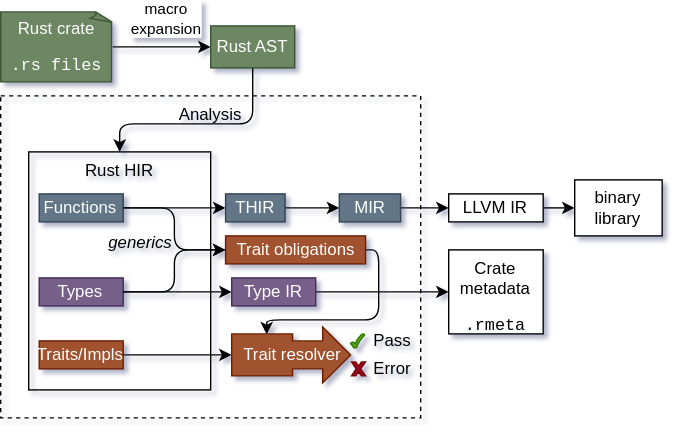
This is docs/design-docs/rustc.svg from stuuupidcat/RPL, a draw.io export, as it was before one commit. Source tidied: cells renumbered, new cells last; positions are measured from the earlier drawing's top-left corner, leaving out a move shared by most shapes.
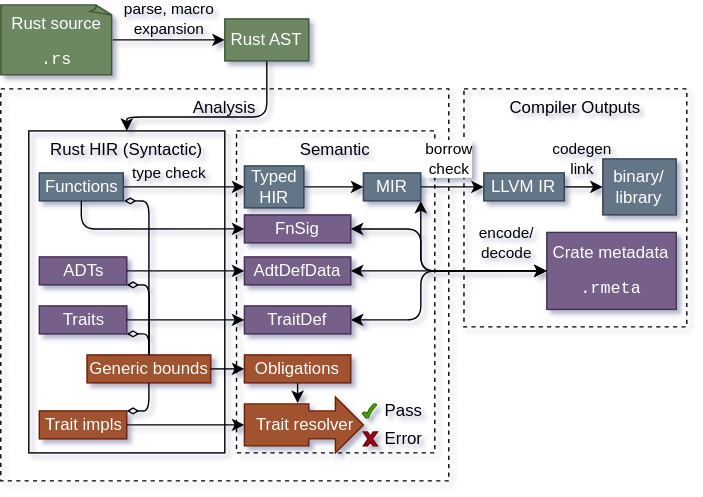
The same diagram one commit later.

Change to the diagram source:
```diff
@@ -2,117 +2,154 @@
   <root>
     <mxCell id="0" />
     <mxCell id="1" parent="0" />
+    <mxCell id="37" value="Compiler Outputs" style="whiteSpace=wrap;html=1;verticalAlign=top;fillColor=none;dashed=1;" parent="1" vertex="1">
+      <mxGeometry x="330.8" y="50" width="159.2" height="170" as="geometry" />
+    </mxCell>
+    <mxCell id="4" value="Analysis" style="rounded=0;whiteSpace=wrap;html=1;fillColor=none;verticalAlign=top;dashed=1;" parent="1" vertex="1">
+      <mxGeometry y="50" width="320" height="280" as="geometry" />
+    </mxCell>
-    <mxCell id="2" value="macro&lt;br&gt;expansion" style="edgeStyle=orthogonalEdgeStyle;rounded=0;jettySize=auto;html=1;" parent="1" edge="1" source="3" target="6">
-      <mxGeometry x="0.09" y="20" relative="1" as="geometry" />
+    <mxCell id="2" value="parse, macro&lt;br&gt;expansion" style="edgeStyle=orthogonalEdgeStyle;rounded=0;jettySize=auto;html=1;labelBackgroundColor=none;labelBorderColor=none;" parent="1" edge="1" source="3" target="6">
+      <mxGeometry y="15" relative="1" as="geometry" />
     </mxCell>
+    <mxCell id="38" value="Semantic" style="whiteSpace=wrap;html=1;verticalAlign=top;fillColor=none;dashed=1;" parent="1" vertex="1">
+      <mxGeometry x="168.4" y="80" width="141.6" height="230" as="geometry" />
+    </mxCell>
-    <mxCell id="3" value="&lt;p&gt;Rust crate&lt;br&gt;&lt;/p&gt;&lt;pre&gt;&lt;span style=&quot;background-color: initial;&quot;&gt;.rs files&lt;/span&gt;&lt;/pre&gt;&lt;p&gt;&lt;/p&gt;&lt;p&gt;&lt;/p&gt;" style="whiteSpace=wrap;html=1;shape=mxgraph.basic.document;fillColor=#6d8764;strokeColor=#3A5431;fontColor=#ffffff;" parent="1" vertex="1">
-      <mxGeometry width="80" height="50" as="geometry" />
+    <mxCell id="3" value="Rust source&lt;br&gt;&lt;pre&gt;&lt;span style=&quot;background-color: initial;&quot;&gt;.rs&lt;/span&gt;&lt;/pre&gt;" style="whiteSpace=wrap;html=1;shape=mxgraph.basic.document;fillColor=#6d8764;strokeColor=#3A5431;fontColor=#ffffff;verticalAlign=top;" parent="1" vertex="1">
+      <mxGeometry y="-10" width="80" height="50" as="geometry" />
     </mxCell>
-    <mxCell id="4" value="Analysis" style="rounded=0;whiteSpace=wrap;html=1;fillColor=none;verticalAlign=top;dashed=1;" parent="1" vertex="1">
-      <mxGeometry y="60" width="300" height="230" as="geometry" />
-    </mxCell>
     <mxCell id="5" style="edgeStyle=orthogonalEdgeStyle;html=1;jumpSize=1;entryX=0.5;entryY=0;entryDx=0;entryDy=0;exitX=0.5;exitY=1;exitDx=0;exitDy=0;" parent="1" edge="1" source="6" target="16">
       <mxGeometry x="-0.05" y="20" relative="1" as="geometry">
         <Array as="points">
-          <mxPoint x="180" y="80" />
-          <mxPoint x="85" y="80" />
+          <mxPoint x="190" y="70" />
+          <mxPoint x="90" y="70" />
         </Array>
         <mxPoint x="-18" y="-20" as="offset" />
       </mxGeometry>
     </mxCell>
     <mxCell id="6" value="Rust AST" style="whiteSpace=wrap;html=1;fillColor=#6d8764;fontColor=#ffffff;strokeColor=#3A5431;" parent="1" vertex="1">
-      <mxGeometry x="150" y="10" width="60" height="30" as="geometry" />
+      <mxGeometry x="160" width="60" height="30" as="geometry" />
     </mxCell>
-    <mxCell id="7" style="edgeStyle=orthogonalEdgeStyle;jumpSize=1;html=1;exitX=1;exitY=0.5;exitDx=0;exitDy=0;" parent="1" edge="1" source="17" target="9">
-      <mxGeometry x="-0.24" y="-20" relative="1" as="geometry" />
+    <mxCell id="7" value="type check" style="edgeStyle=orthogonalEdgeStyle;jumpSize=1;html=1;exitX=1;exitY=0.5;exitDx=0;exitDy=0;labelBackgroundColor=none;" parent="1" edge="1" source="17" target="9">
+      <mxGeometry x="-0.25" y="10" relative="1" as="geometry" />
     </mxCell>
     <mxCell id="8" style="edgeStyle=orthogonalEdgeStyle;jumpSize=1;html=1;" parent="1" edge="1" source="9" target="11">
       <mxGeometry relative="1" as="geometry" />
     </mxCell>
-    <mxCell id="9" value="THIR" style="whiteSpace=wrap;html=1;fillColor=#647687;fontColor=#ffffff;strokeColor=#314354;" parent="1" vertex="1">
-      <mxGeometry x="160.6" y="130" width="42.5" height="20" as="geometry" />
+    <mxCell id="9" value="Typed HIR" style="whiteSpace=wrap;html=1;fillColor=#647687;fontColor=#ffffff;strokeColor=#314354;" parent="1" vertex="1">
+      <mxGeometry x="174" y="105" width="42.5" height="30" as="geometry" />
     </mxCell>
-    <mxCell id="10" style="edgeStyle=none;html=1;" parent="1" edge="1" source="11" target="13">
-      <mxGeometry relative="1" as="geometry" />
+    <mxCell id="10" value="borrow&lt;br&gt;check" style="edgeStyle=none;html=1;labelBackgroundColor=default;" parent="1" edge="1" source="11" target="13">
+      <mxGeometry x="-0.11" y="20" relative="1" as="geometry" />
     </mxCell>
+    <mxCell id="39" style="edgeStyle=orthogonalEdgeStyle;html=1;entryX=0;entryY=0.5;entryDx=0;entryDy=0;startArrow=classic;startFill=1;endArrow=none;endFill=0;exitX=1;exitY=1;exitDx=0;exitDy=0;" parent="1" edge="1" source="11" target="14">
+      <mxGeometry relative="1" as="geometry">
+        <Array as="points">
+          <mxPoint x="300" y="180" />
+        </Array>
+      </mxGeometry>
+    </mxCell>
     <mxCell id="11" value="MIR" style="whiteSpace=wrap;html=1;fillColor=#647687;fontColor=#ffffff;strokeColor=#314354;" parent="1" vertex="1">
-      <mxGeometry x="241.9" y="130" width="43.8" height="20" as="geometry" />
+      <mxGeometry x="259" y="110" width="41" height="20" as="geometry" />
     </mxCell>
-    <mxCell id="12" style="edgeStyle=orthogonalEdgeStyle;html=1;" parent="1" edge="1" source="13" target="21">
-      <mxGeometry relative="1" as="geometry" />
+    <mxCell id="12" value="codegen&lt;br&gt;link" style="edgeStyle=orthogonalEdgeStyle;html=1;labelBackgroundColor=none;" parent="1" edge="1" source="13" target="21">
+      <mxGeometry x="-0.07" y="20" relative="1" as="geometry" />
     </mxCell>
-    <mxCell id="13" value="LLVM IR" style="whiteSpace=wrap;html=1;" parent="1" vertex="1">
-      <mxGeometry x="320" y="130" width="67.5" height="20" as="geometry" />
+    <mxCell id="13" value="LLVM IR" style="whiteSpace=wrap;html=1;fillColor=#647687;fontColor=#ffffff;strokeColor=#314354;" parent="1" vertex="1">
+      <mxGeometry x="345" y="110" width="57.5" height="20" as="geometry" />
     </mxCell>
-    <mxCell id="14" value="Crate metadata&lt;br&gt;&lt;pre&gt;.rmeta&lt;/pre&gt;" style="whiteSpace=wrap;html=1;verticalAlign=top;" parent="1" vertex="1">
-      <mxGeometry x="320" y="170" width="67.5" height="60" as="geometry" />
+    <mxCell id="14" value="Crate metadata&lt;br&gt;&lt;pre&gt;.rmeta&lt;/pre&gt;" style="whiteSpace=wrap;html=1;verticalAlign=top;fillColor=#76608a;fontColor=#ffffff;strokeColor=#432D57;" parent="1" vertex="1">
+      <mxGeometry x="390" y="152.5" width="92.5" height="55" as="geometry" />
     </mxCell>
     <mxCell id="15" style="group;" parent="1" vertex="1">
-      <mxGeometry x="20" y="100" width="130" height="180" as="geometry" />
+      <mxGeometry x="20" y="100" width="140" height="210" as="geometry" />
     </mxCell>
-    <mxCell id="16" value="Rust HIR" style="whiteSpace=wrap;html=1;verticalAlign=top;fillColor=none;" parent="15" vertex="1">
-      <mxGeometry width="130" height="170" as="geometry" />
+    <mxCell id="16" value="Rust HIR (Syntactic)" style="whiteSpace=wrap;html=1;verticalAlign=top;fillColor=none;" parent="15" vertex="1">
+      <mxGeometry y="-20" width="140" height="230" as="geometry" />
     </mxCell>
     <mxCell id="17" value="Functions" style="whiteSpace=wrap;html=1;fillColor=#647687;strokeColor=#314354;fontColor=#ffffff;" parent="15" vertex="1">
-      <mxGeometry x="7.5" y="30" width="60" height="20" as="geometry" />
+      <mxGeometry x="7.5" y="10" width="60" height="20" as="geometry" />
     </mxCell>
+    <mxCell id="40" style="html=1;startArrow=diamondThin;startFill=0;endArrow=none;endFill=0;exitX=1;exitY=1;exitDx=0;exitDy=0;entryX=0.5;entryY=0;entryDx=0;entryDy=0;edgeStyle=orthogonalEdgeStyle;" parent="15" edge="1" source="18" target="23">
+      <mxGeometry relative="1" as="geometry">
+        <Array as="points">
+          <mxPoint x="86" y="125" />
+        </Array>
+      </mxGeometry>
+    </mxCell>
-    <mxCell id="18" value="Traits/Impls" style="whiteSpace=wrap;html=1;fillColor=#a0522d;fontColor=#ffffff;strokeColor=#6D1F00;" parent="15" vertex="1">
-      <mxGeometry x="7.5" y="135" width="60" height="20" as="geometry" />
+    <mxCell id="18" value="Traits" style="whiteSpace=wrap;html=1;fillColor=#76608a;fontColor=#ffffff;strokeColor=#432D57;" parent="15" vertex="1">
+      <mxGeometry x="7.5" y="105" width="62.5" height="20" as="geometry" />
     </mxCell>
-    <mxCell id="19" value="Types" style="whiteSpace=wrap;html=1;fillColor=#76608a;fontColor=#ffffff;strokeColor=#432D57;" parent="15" vertex="1">
-      <mxGeometry x="7.5" y="90" width="60" height="20" as="geometry" />
+    <mxCell id="19" value="ADTs" style="whiteSpace=wrap;html=1;fillColor=#76608a;fontColor=#ffffff;strokeColor=#432D57;" parent="15" vertex="1">
+      <mxGeometry x="7.5" y="70" width="62.5" height="20" as="geometry" />
     </mxCell>
-    <mxCell id="20" value="&lt;i&gt;generics&lt;/i&gt;" style="text;html=1;strokeColor=none;fillColor=none;align=center;verticalAlign=middle;whiteSpace=wrap;rounded=0;" parent="15" vertex="1">
-      <mxGeometry x="60" y="60" width="40" height="10" as="geometry" />
-    </mxCell>
+    <mxCell id="41" value="Trait impls" style="whiteSpace=wrap;html=1;fillColor=#a0522d;fontColor=#ffffff;strokeColor=#6D1F00;" parent="15" vertex="1">
+      <mxGeometry x="7.5" y="180" width="62.5" height="20" as="geometry" />
+    </mxCell>
+    <mxCell id="25" style="html=1;entryX=0.5;entryY=0;entryDx=0;entryDy=0;exitX=1;exitY=1;exitDx=0;exitDy=0;endArrow=none;endFill=0;edgeStyle=orthogonalEdgeStyle;startArrow=diamondThin;startFill=0;" parent="15" edge="1" source="19" target="23">
+      <mxGeometry relative="1" as="geometry">
+        <Array as="points">
+          <mxPoint x="86" y="90" />
+          <mxPoint x="86" y="115" />
+          <mxPoint x="86" y="115" />
+        </Array>
+      </mxGeometry>
+    </mxCell>
+    <mxCell id="23" value="Generic bounds" style="rounded=0;whiteSpace=wrap;html=1;fillColor=#a0522d;fontColor=#ffffff;strokeColor=#6D1F00;" parent="15" vertex="1">
+      <mxGeometry x="41.6" y="140" width="88.4" height="20" as="geometry" />
+    </mxCell>
+    <mxCell id="42" style="html=1;entryX=0.5;entryY=1;entryDx=0;entryDy=0;exitX=1;exitY=0;exitDx=0;exitDy=0;endArrow=none;endFill=0;edgeStyle=orthogonalEdgeStyle;startArrow=diamondThin;startFill=0;" parent="15" edge="1" source="41" target="23">
+      <mxGeometry relative="1" as="geometry">
+        <Array as="points">
+          <mxPoint x="86" y="180" />
+        </Array>
+      </mxGeometry>
+    </mxCell>
+    <mxCell id="24" style="html=1;entryX=0.5;entryY=0;entryDx=0;entryDy=0;endArrow=none;endFill=0;edgeStyle=orthogonalEdgeStyle;startArrow=diamondThin;startFill=0;" parent="15" edge="1" target="23">
+      <mxGeometry relative="1" as="geometry">
+        <mxPoint x="68" y="30" as="sourcePoint" />
+        <Array as="points">
+          <mxPoint x="68" y="30" />
+          <mxPoint x="86" y="30" />
+        </Array>
+      </mxGeometry>
+    </mxCell>
-    <mxCell id="21" value="binary&lt;br&gt;library" style="whiteSpace=wrap;html=1;" parent="1" vertex="1">
-      <mxGeometry x="410" y="120" width="62.5" height="40" as="geometry" />
+    <mxCell id="21" value="binary/&lt;br&gt;library" style="whiteSpace=wrap;html=1;fillColor=#647687;fontColor=#ffffff;strokeColor=#314354;" parent="1" vertex="1">
+      <mxGeometry x="430" y="100" width="52.5" height="40" as="geometry" />
     </mxCell>
-    <mxCell id="22" style="edgeStyle=orthogonalEdgeStyle;html=1;entryX=0.302;entryY=0.013;entryDx=0;entryDy=0;entryPerimeter=0;" parent="1" edge="1" source="23" target="27">
-      <mxGeometry relative="1" as="geometry">
-        <Array as="points">
-          <mxPoint x="270" y="170" />
-          <mxPoint x="270" y="220" />
-          <mxPoint x="190" y="220" />
-          <mxPoint x="190" y="230" />
-        </Array>
-      </mxGeometry>
+    <mxCell id="22" style="edgeStyle=orthogonalEdgeStyle;html=1;startArrow=none;entryX=0.447;entryY=-0.019;entryDx=0;entryDy=0;entryPerimeter=0;exitX=0.5;exitY=1;exitDx=0;exitDy=0;" parent="1" edge="1" source="51" target="27">
+      <mxGeometry relative="1" as="geometry" />
     </mxCell>
-    <mxCell id="23" value="Trait obligations" style="rounded=0;whiteSpace=wrap;html=1;fillColor=#a0522d;fontColor=#ffffff;strokeColor=#6D1F00;" parent="1" vertex="1">
-      <mxGeometry x="160.6" y="160" width="100" height="20" as="geometry" />
-    </mxCell>
-    <mxCell id="24" style="edgeStyle=orthogonalEdgeStyle;html=1;entryX=0;entryY=0.5;entryDx=0;entryDy=0;" parent="1" edge="1" source="17" target="23">
-      <mxGeometry relative="1" as="geometry" />
-    </mxCell>
-    <mxCell id="25" style="edgeStyle=orthogonalEdgeStyle;html=1;entryX=0;entryY=0.5;entryDx=0;entryDy=0;" parent="1" edge="1" source="19" target="23">
-      <mxGeometry relative="1" as="geometry" />
-    </mxCell>
-    <mxCell id="26" style="edgeStyle=orthogonalEdgeStyle;html=1;" parent="1" edge="1" source="18" target="27">
+    <mxCell id="26" style="edgeStyle=orthogonalEdgeStyle;html=1;exitX=1;exitY=0.5;exitDx=0;exitDy=0;" parent="1" edge="1" source="41" target="27">
       <mxGeometry relative="1" as="geometry" />
     </mxCell>
-    <mxCell id="27" value="Trait resolver" style="html=1;shadow=0;dashed=0;align=center;verticalAlign=middle;shape=mxgraph.arrows2.calloutArrow;dy=10;dx=20;notch=43.5;arrowHead=10;rounded=1;glass=0;sketch=0;fontColor=#ffffff;fillColor=#a0522d;strokeColor=#6D1F00;" parent="1" vertex="1">
-      <mxGeometry x="165" y="230" width="85" height="30" as="geometry" />
+    <mxCell id="27" value="Trait resolver" style="html=1;shadow=0;dashed=0;align=center;verticalAlign=middle;shape=mxgraph.arrows2.calloutArrow;dy=10;dx=20;notch=46.03;arrowHead=10;rounded=1;glass=0;sketch=0;fontColor=#ffffff;fillColor=#a0522d;strokeColor=#6D1F00;" parent="1" vertex="1">
+      <mxGeometry x="174" y="275" width="85" height="30" as="geometry" />
     </mxCell>
     <mxCell id="28" style="edgeStyle=orthogonalEdgeStyle;html=1;fontColor=default;" parent="1" edge="1" source="19" target="30">
       <mxGeometry relative="1" as="geometry" />
     </mxCell>
-    <mxCell id="29" style="edgeStyle=orthogonalEdgeStyle;html=1;fontColor=default;" parent="1" edge="1" source="30" target="14">
+    <mxCell id="29" style="edgeStyle=orthogonalEdgeStyle;html=1;fontColor=default;startArrow=classic;startFill=1;" parent="1" edge="1" source="30" target="14">
       <mxGeometry relative="1" as="geometry" />
     </mxCell>
-    <mxCell id="30" value="Type IR" style="rounded=0;whiteSpace=wrap;html=1;shadow=0;glass=0;sketch=0;fontColor=#ffffff;fillColor=#76608a;strokeColor=#432D57;" parent="1" vertex="1">
-      <mxGeometry x="165" y="190" width="60" height="20" as="geometry" />
-    </mxCell>
+    <mxCell id="43" value="encode/&lt;br&gt;decode" style="edgeLabel;html=1;align=center;verticalAlign=middle;labelBackgroundColor=none;" parent="29" vertex="1">
+      <mxGeometry x="-0.38" y="-2" relative="1" as="geometry">
+        <mxPoint x="67" y="-22" as="offset" />
+      </mxGeometry>
+    </mxCell>
     <mxCell id="31" style="group;" parent="1" vertex="1">
-      <mxGeometry x="250" y="230" width="50" height="10" as="geometry" />
+      <mxGeometry x="258.4" y="275" width="50" height="10" as="geometry" />
     </mxCell>
+    <mxCell id="44" style="group;" parent="31" vertex="1">
+      <mxGeometry width="50" height="10" as="geometry" />
+    </mxCell>
-    <mxCell id="32" style="verticalLabelPosition=bottom;verticalAlign=top;html=1;shape=mxgraph.basic.tick;rounded=1;shadow=0;glass=0;sketch=0;fontColor=#ffffff;fillColor=#60a917;strokeColor=#2D7600;" parent="31" vertex="1">
+    <mxCell id="32" style="verticalLabelPosition=bottom;verticalAlign=top;html=1;shape=mxgraph.basic.tick;rounded=1;shadow=0;glass=0;sketch=0;fontColor=#ffffff;fillColor=#60a917;strokeColor=#2D7600;" parent="44" vertex="1">
       <mxGeometry width="10" height="10" as="geometry" />
     </mxCell>
-    <mxCell id="33" value="Pass" style="text;html=1;strokeColor=none;fillColor=none;align=center;verticalAlign=middle;whiteSpace=wrap;rounded=0;shadow=0;glass=0;sketch=0;fontColor=default;" parent="31" vertex="1">
+    <mxCell id="33" value="Pass" style="text;html=1;strokeColor=none;fillColor=none;align=center;verticalAlign=middle;whiteSpace=wrap;rounded=0;shadow=0;glass=0;sketch=0;fontColor=default;" parent="44" vertex="1">
       <mxGeometry x="10" width="40" height="10" as="geometry" />
     </mxCell>
     <mxCell id="34" style="group;" parent="1" vertex="1">
-      <mxGeometry x="250.6" y="250" width="49.4" height="10" as="geometry" />
+      <mxGeometry x="259" y="295" width="49.4" height="10" as="geometry" />
     </mxCell>
     <mxCell id="35" value="Error" style="text;html=1;strokeColor=none;fillColor=none;align=center;verticalAlign=middle;whiteSpace=wrap;rounded=0;shadow=0;glass=0;sketch=0;fontColor=default;" parent="34" vertex="1">
       <mxGeometry x="9.4" width="40" height="10" as="geometry" />
@@ -120,5 +157,46 @@
     <mxCell id="36" style="verticalLabelPosition=bottom;verticalAlign=top;html=1;shape=mxgraph.basic.x;rounded=1;shadow=0;glass=0;sketch=0;fontColor=#ffffff;fillColor=#a20025;strokeColor=#6F0000;" parent="34" vertex="1">
       <mxGeometry width="10" height="10" as="geometry" />
     </mxCell>
+    <mxCell id="30" value="AdtDefData" style="rounded=0;whiteSpace=wrap;html=1;shadow=0;glass=0;sketch=0;fontColor=#ffffff;fillColor=#76608a;strokeColor=#432D57;" parent="1" vertex="1">
+      <mxGeometry x="174" y="170" width="76" height="20" as="geometry" />
+    </mxCell>
+    <mxCell id="45" style="edgeStyle=orthogonalEdgeStyle;html=1;entryX=0;entryY=0.5;entryDx=0;entryDy=0;startArrow=classic;startFill=1;" parent="1" edge="1" source="46" target="14">
+      <mxGeometry relative="1" as="geometry">
+        <Array as="points">
+          <mxPoint x="300" y="150" />
+          <mxPoint x="300" y="180" />
+        </Array>
+      </mxGeometry>
+    </mxCell>
+    <mxCell id="46" value="FnSig" style="whiteSpace=wrap;html=1;fillColor=#76608a;fontColor=#ffffff;strokeColor=#432D57;" parent="1" vertex="1">
+      <mxGeometry x="174" y="140" width="76" height="20" as="geometry" />
+    </mxCell>
+    <mxCell id="47" style="edgeStyle=orthogonalEdgeStyle;html=1;entryX=0;entryY=0.5;entryDx=0;entryDy=0;exitX=0.5;exitY=1;exitDx=0;exitDy=0;" parent="1" edge="1" source="17" target="46">
+      <mxGeometry relative="1" as="geometry">
+        <Array as="points">
+          <mxPoint x="58" y="150" />
+        </Array>
+      </mxGeometry>
+    </mxCell>
+    <mxCell id="48" style="edgeStyle=orthogonalEdgeStyle;html=1;entryX=0;entryY=0.5;entryDx=0;entryDy=0;startArrow=classic;startFill=1;" parent="1" edge="1" source="49" target="14">
+      <mxGeometry relative="1" as="geometry">
+        <Array as="points">
+          <mxPoint x="300" y="215" />
+          <mxPoint x="300" y="180" />
+        </Array>
+      </mxGeometry>
+    </mxCell>
+    <mxCell id="49" value="TraitDef" style="rounded=0;whiteSpace=wrap;html=1;shadow=0;glass=0;sketch=0;fontColor=#ffffff;fillColor=#76608a;strokeColor=#432D57;" parent="1" vertex="1">
+      <mxGeometry x="174" y="205" width="76" height="20" as="geometry" />
+    </mxCell>
+    <mxCell id="50" style="edgeStyle=orthogonalEdgeStyle;html=1;" parent="1" edge="1" source="18" target="49">
+      <mxGeometry relative="1" as="geometry" />
+    </mxCell>
+    <mxCell id="51" value="Obligations" style="rounded=0;whiteSpace=wrap;html=1;fillColor=#a0522d;fontColor=#ffffff;strokeColor=#6D1F00;" parent="1" vertex="1">
+      <mxGeometry x="174" y="240" width="76" height="20" as="geometry" />
+    </mxCell>
+    <mxCell id="52" style="edgeStyle=orthogonalEdgeStyle;html=1;endArrow=classic;endFill=1;" parent="1" edge="1" source="23" target="51">
+      <mxGeometry relative="1" as="geometry" />
+    </mxCell>
   </root>
 </mxGraphModel>
```
